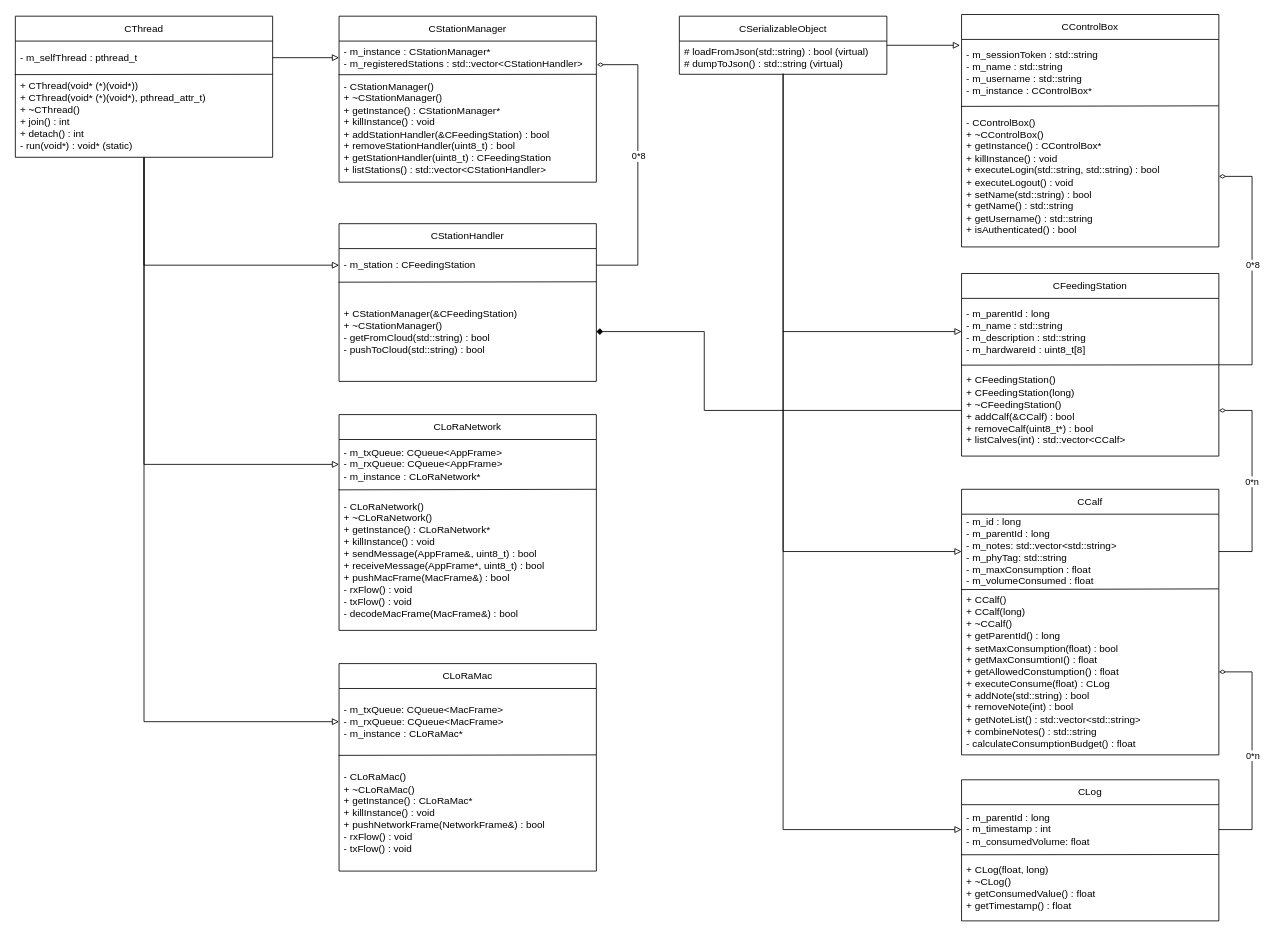
Earlier version of the draw.io diagram page "Page-1" (1 of 3) of Spec/ClassDiagram.drawio (Ner027/MooFeeder). Source tidied: cells renumbered, new cells numbered last; positions are measured from the earlier drawing's top-left corner, leaving out a move shared by most shapes. Both pictures are drawn from the tidied source at 83%, with x=0, y=0 at pixel (15, 14).
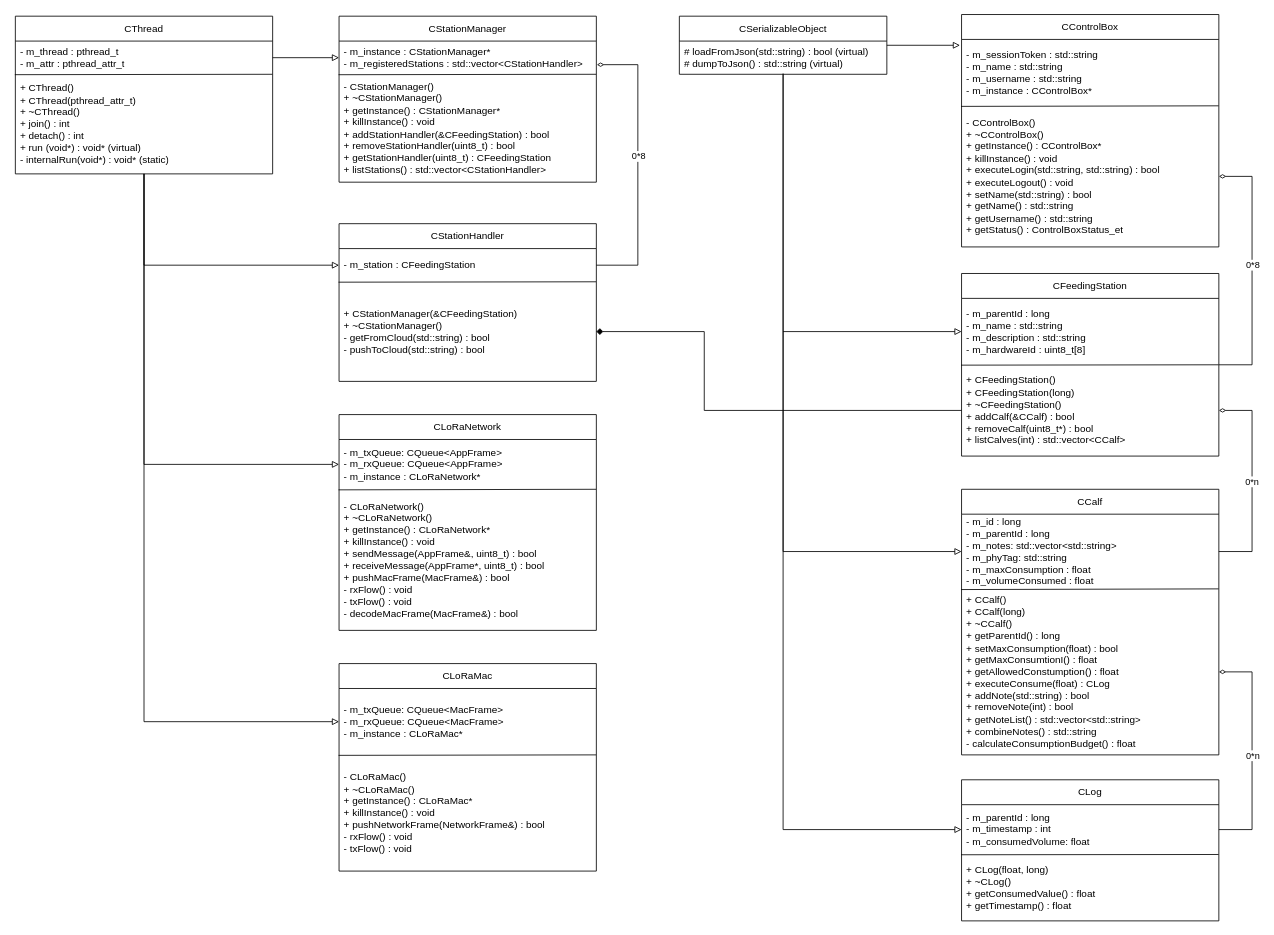
The same diagram, later.

The change refers to these unchanged cells:
```xml
<mxCell id="6" value="CControlBox" style="swimlane;fontStyle=0;horizontal=1;startSize=30;whiteSpace=wrap;html=1;" parent="1" vertex="1">
  <mxGeometry x="1140" width="310" height="280" as="geometry" />
</mxCell>
```

Change to the diagram source:
```diff
@@
-    <mxCell id="8" value="- CControlBox()&lt;br&gt;+ ~CControlBox()&lt;br&gt;+ getInstance() : CControlBox*&lt;br&gt;+ killInstance() : void&lt;br&gt;+ executeLogin(std::string, std::string) : bool&lt;br&gt;+ executeLogout() : void&lt;br&gt;+ setName(std::string) : bool&lt;br&gt;+ getName() : std::string&lt;br&gt;+ getUsername() : std::string&lt;br&gt;+ isAuthenticated() : bool" style="text;strokeColor=none;fillColor=none;align=left;verticalAlign=middle;spacingLeft=4;spacingRight=4;overflow=hidden;points=[[0,0.5],[1,0.5]];portConstraint=eastwest;whiteSpace=wrap;html=1;" parent="6" vertex="1">
+    <mxCell id="8" value="- CControlBox()&lt;br&gt;+ ~CControlBox()&lt;br&gt;+ getInstance() : CControlBox*&lt;br&gt;+ killInstance() : void&lt;br&gt;+ executeLogin(std::string, std::string) : bool&lt;br&gt;+ executeLogout() : void&lt;br&gt;+ setName(std::string) : bool&lt;br&gt;+ getName() : std::string&lt;br&gt;+ getUsername() : std::string&lt;br&gt;+ getStatus() : ControlBoxStatus_et" style="text;strokeColor=none;fillColor=none;align=left;verticalAlign=middle;spacingLeft=4;spacingRight=4;overflow=hidden;points=[[0,0.5],[1,0.5]];portConstraint=eastwest;whiteSpace=wrap;html=1;" parent="6" vertex="1">
       <mxGeometry y="110" width="310" height="170" as="geometry" />
     </mxCell>
@@
     <mxCell id="33" value="CThread" style="swimlane;fontStyle=0;horizontal=1;startSize=30;whiteSpace=wrap;html=1;" parent="1" vertex="1">
-      <mxGeometry y="2" width="310" height="170" as="geometry" />
+      <mxGeometry y="2" width="310" height="190" as="geometry" />
     </mxCell>
-    <mxCell id="34" value="- m_selfThread : pthread_t" style="text;strokeColor=none;fillColor=none;align=left;verticalAlign=middle;spacingLeft=4;spacingRight=4;overflow=hidden;points=[[0,0.5],[1,0.5]];portConstraint=eastwest;whiteSpace=wrap;html=1;" parent="33" vertex="1">
+    <mxCell id="34" value="- m_thread : pthread_t&lt;br&gt;- m_attr : pthread_attr_t" style="text;strokeColor=none;fillColor=none;align=left;verticalAlign=middle;spacingLeft=4;spacingRight=4;overflow=hidden;points=[[0,0.5],[1,0.5]];portConstraint=eastwest;whiteSpace=wrap;html=1;" parent="33" vertex="1">
       <mxGeometry y="30" width="310" height="40" as="geometry" />
     </mxCell>
-    <mxCell id="35" value="+ CThread(void* (*)(void*))&lt;br&gt;+ CThread(void* (*)(void*), pthread_attr_t)&lt;br style=&quot;border-color: var(--border-color);&quot;&gt;+ ~CThread()&lt;br&gt;+ join() : int&lt;br&gt;+ detach() : int&lt;br&gt;- run(void*) : void* (static)" style="text;strokeColor=none;fillColor=none;align=left;verticalAlign=middle;spacingLeft=4;spacingRight=4;overflow=hidden;points=[[0,0.5],[1,0.5]];portConstraint=eastwest;whiteSpace=wrap;html=1;" parent="33" vertex="1">
-      <mxGeometry y="70" width="310" height="100" as="geometry" />
+    <mxCell id="35" value="+ CThread()&lt;br&gt;+ CThread(pthread_attr_t)&lt;br style=&quot;border-color: var(--border-color);&quot;&gt;+ ~CThread()&lt;br&gt;+ join() : int&lt;br&gt;+ detach() : int&lt;br&gt;+ run (void*) : void* (virtual)&lt;br&gt;- internalRun(void*) : void* (static)" style="text;strokeColor=none;fillColor=none;align=left;verticalAlign=middle;spacingLeft=4;spacingRight=4;overflow=hidden;points=[[0,0.5],[1,0.5]];portConstraint=eastwest;whiteSpace=wrap;html=1;" parent="33" vertex="1">
+      <mxGeometry y="70" width="310" height="120" as="geometry" />
     </mxCell>
```
